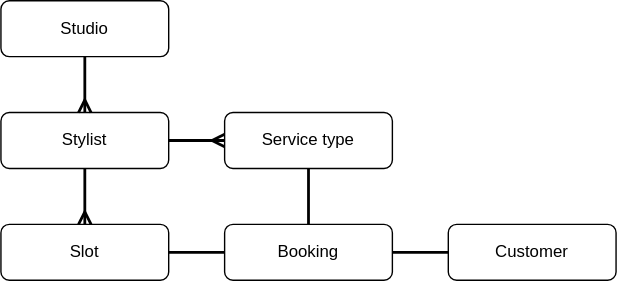
The draw.io diagram docs/domain.drawio.svg in fcostarodrigo/book-ai-salon, before a commit. Source tidied: cells renumbered, new cells last; positions are measured from the earlier drawing's top-left corner, leaving out a move shared by most shapes.
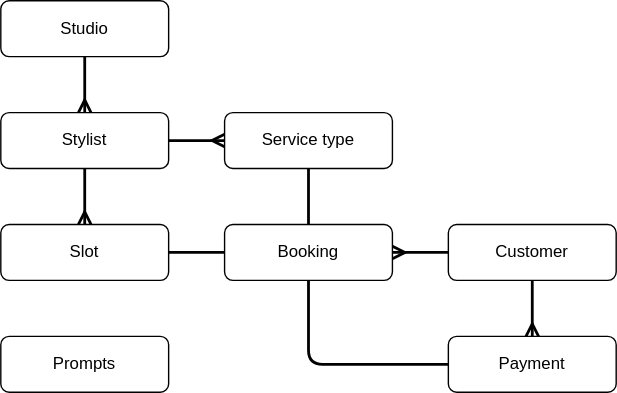
Above is the later version.

The edit, as a diff of the source:
```diff
@@ -23,9 +23,16 @@
     <mxCell id="8" style="edgeStyle=orthogonalEdgeStyle;shape=connector;curved=0;rounded=1;html=1;strokeColor=default;strokeWidth=2;align=center;verticalAlign=middle;fontFamily=Helvetica;fontSize=11;fontColor=default;labelBackgroundColor=default;endArrow=none;endFill=0;" parent="1" edge="1" source="10" target="2">
       <mxGeometry relative="1" as="geometry" />
     </mxCell>
-    <mxCell id="9" style="edgeStyle=orthogonalEdgeStyle;shape=connector;curved=0;rounded=1;html=1;entryX=0;entryY=0.5;entryDx=0;entryDy=0;strokeColor=default;strokeWidth=2;align=center;verticalAlign=middle;fontFamily=Helvetica;fontSize=11;fontColor=default;labelBackgroundColor=default;endArrow=none;endFill=0;" parent="1" edge="1" source="10" target="13">
+    <mxCell id="9" style="edgeStyle=orthogonalEdgeStyle;shape=connector;curved=0;rounded=1;html=1;entryX=0;entryY=0.5;entryDx=0;entryDy=0;strokeColor=default;strokeWidth=2;align=center;verticalAlign=middle;fontFamily=Helvetica;fontSize=11;fontColor=default;labelBackgroundColor=default;endArrow=none;endFill=0;startArrow=ERmany;startFill=0;" parent="1" edge="1" source="10" target="13">
       <mxGeometry relative="1" as="geometry" />
     </mxCell>
+    <mxCell id="14" style="edgeStyle=none;html=1;exitX=0.5;exitY=1;exitDx=0;exitDy=0;entryX=0;entryY=0.5;entryDx=0;entryDy=0;strokeWidth=2;endArrow=none;endFill=0;" parent="1" edge="1" source="10" target="17">
+      <mxGeometry relative="1" as="geometry">
+        <Array as="points">
+          <mxPoint x="220" y="260" />
+        </Array>
+      </mxGeometry>
+    </mxCell>
     <mxCell id="10" value="Booking" style="rounded=1;whiteSpace=wrap;html=1;" parent="1" vertex="1">
       <mxGeometry x="160" y="160" width="120" height="40" as="geometry" />
     </mxCell>
@@ -35,8 +42,17 @@
     <mxCell id="12" value="Service type" style="rounded=1;whiteSpace=wrap;html=1;" parent="1" vertex="1">
       <mxGeometry x="160" y="80" width="120" height="40" as="geometry" />
     </mxCell>
+    <mxCell id="15" style="edgeStyle=orthogonalEdgeStyle;html=1;entryX=0.5;entryY=0;entryDx=0;entryDy=0;strokeWidth=2;endArrow=ERmany;endFill=0;" parent="1" edge="1" source="13" target="17">
+      <mxGeometry relative="1" as="geometry" />
+    </mxCell>
     <mxCell id="13" value="Customer" style="rounded=1;whiteSpace=wrap;html=1;" parent="1" vertex="1">
       <mxGeometry x="320" y="160" width="120" height="40" as="geometry" />
     </mxCell>
+    <mxCell id="16" value="Prompts" style="rounded=1;whiteSpace=wrap;html=1;" parent="1" vertex="1">
+      <mxGeometry y="240" width="120" height="40" as="geometry" />
+    </mxCell>
+    <mxCell id="17" value="Payment" style="rounded=1;whiteSpace=wrap;html=1;" parent="1" vertex="1">
+      <mxGeometry x="320" y="240" width="120" height="40" as="geometry" />
+    </mxCell>
   </root>
 </mxGraphModel>
```
